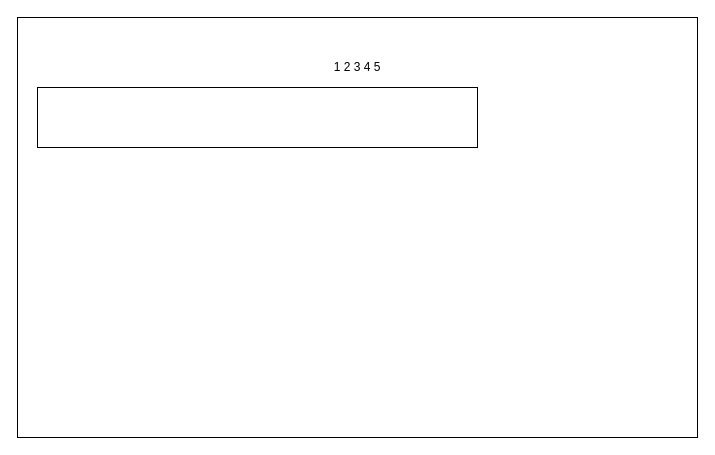
Before: wireframe.dio in Agatsys/Requests_SO, a draw.io diagram. Source tidied: cells renumbered, new cells numbered last; positions are measured from the earlier drawing's top-left corner, leaving out a move shared by most shapes. Both pictures are drawn from the tidied source at 100%, with x=0, y=0 at pixel (17, 17).
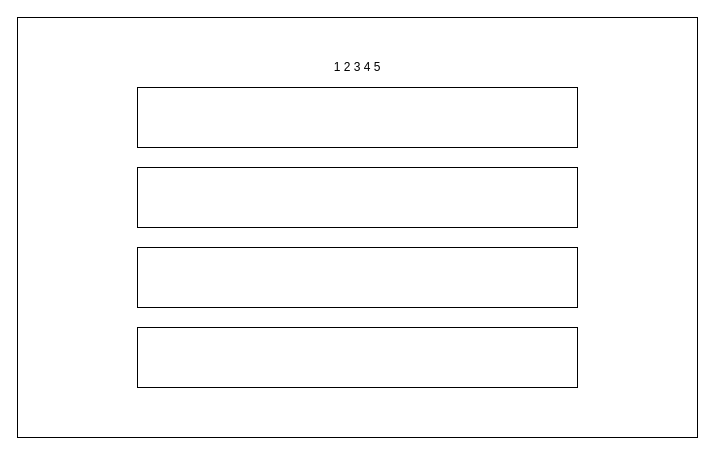
The same page after the edit.

What changed in the source:
```diff
@@
 <mxGraphModel>
   <root>
     <mxCell id="0" />
     <mxCell id="1" parent="0" />
     <mxCell id="2" style="rounded=0;whiteSpace=wrap;html=1;" parent="1" vertex="1">
       <mxGeometry width="680" height="420" as="geometry" />
     </mxCell>
     <mxCell id="3" style="rounded=0;whiteSpace=wrap;html=1;" parent="1" vertex="1">
-      <mxGeometry x="20" y="70" width="440" height="60" as="geometry" />
+      <mxGeometry x="120" y="70" width="440" height="60" as="geometry" />
     </mxCell>
     <mxCell id="4" value="1 2 3 4 5" style="text;html=1;strokeColor=none;fillColor=none;align=center;verticalAlign=middle;whiteSpace=wrap;rounded=0;" parent="1" vertex="1">
       <mxGeometry x="310" y="40" width="60" height="20" as="geometry" />
     </mxCell>
+    <mxCell id="5" style="rounded=0;whiteSpace=wrap;html=1;" parent="1" vertex="1">
+      <mxGeometry x="120" y="150" width="440" height="60" as="geometry" />
+    </mxCell>
+    <mxCell id="6" style="rounded=0;whiteSpace=wrap;html=1;" parent="1" vertex="1">
+      <mxGeometry x="120" y="230" width="440" height="60" as="geometry" />
+    </mxCell>
+    <mxCell id="7" style="rounded=0;whiteSpace=wrap;html=1;" parent="1" vertex="1">
+      <mxGeometry x="120" y="310" width="440" height="60" as="geometry" />
+    </mxCell>
   </root>
 </mxGraphModel>
```
